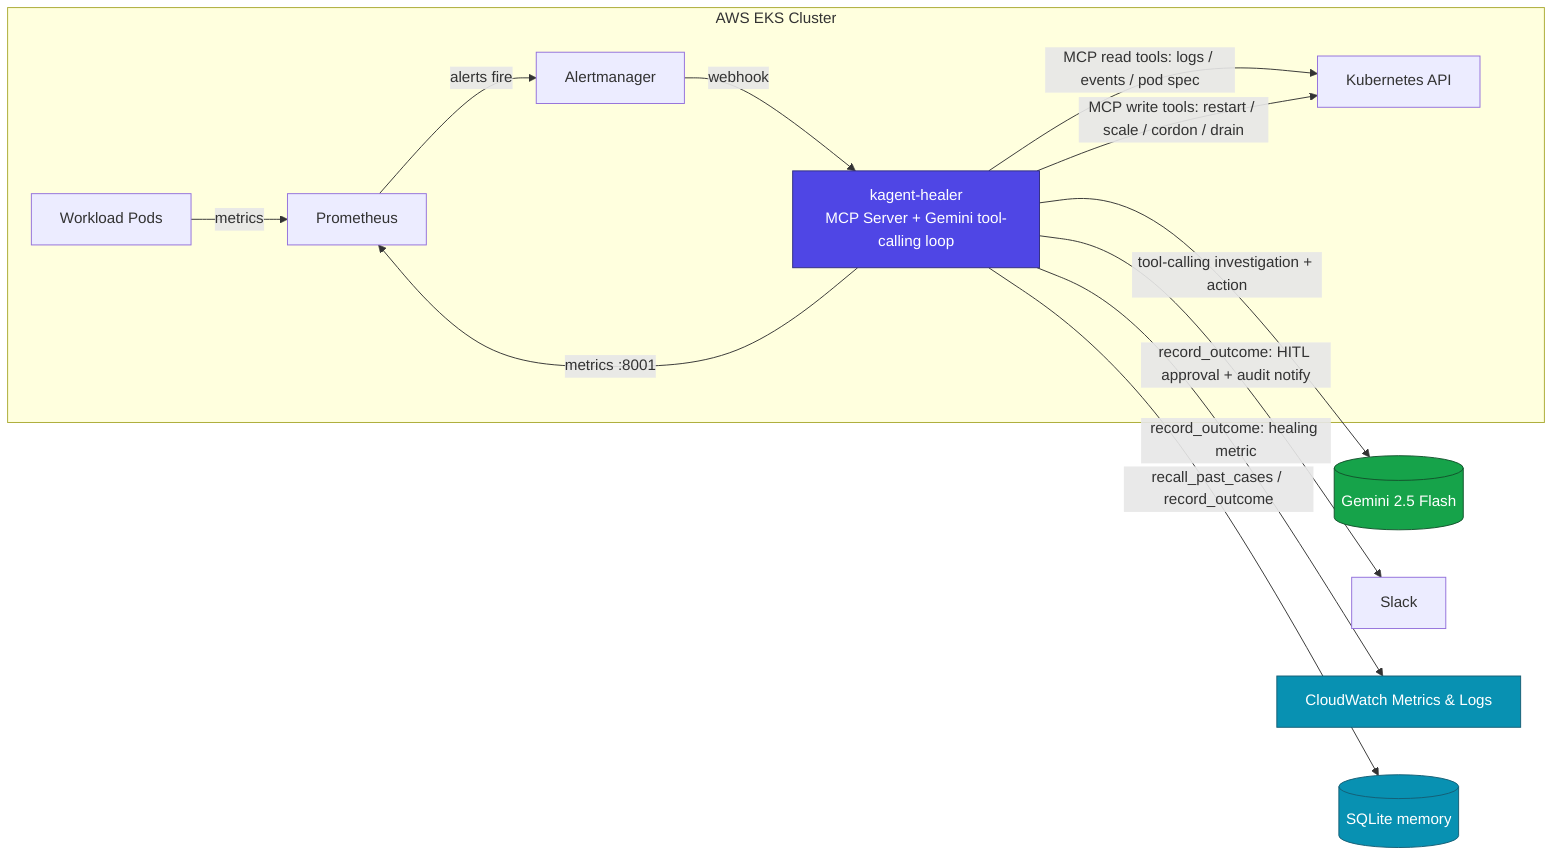
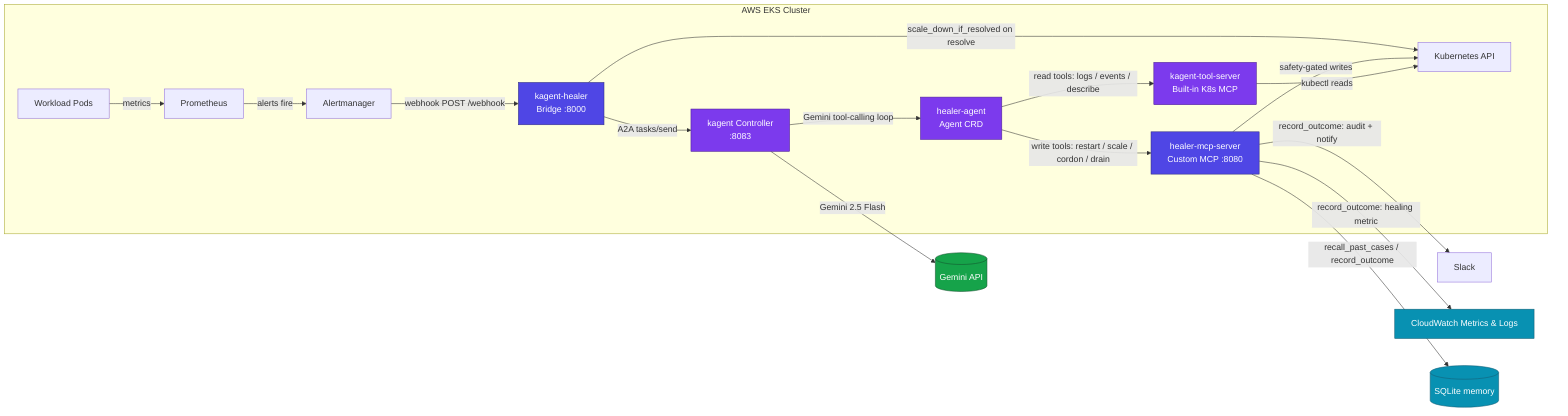
flowchart LR
    subgraph K8s["AWS EKS Cluster"]
        P[Workload Pods] -->|metrics| PR[Prometheus]
        PR -->|alerts fire| AM[Alertmanager]
-         AM -->|webhook| AG[kagent-healer\nMCP Server + Gemini tool-calling loop]
-         AG -->|MCP read tools: logs / events / pod spec| K8sAPI[Kubernetes API]
-         AG -->|MCP write tools: restart / scale / cordon / drain| K8sAPI
-         AG -->|metrics :8001| PR
+         AM -->|webhook POST /webhook| BR[kagent-healer\nBridge :8000]
+         BR -->|A2A tasks/send| KC[kagent Controller\n:8083]
+         KC -->|Gemini tool-calling loop| AG[healer-agent\nAgent CRD]
+         AG -->|read tools: logs / events / describe| KTS[kagent-tool-server\nBuilt-in K8s MCP]
+         AG -->|write tools: restart / scale / cordon / drain| HMS[healer-mcp-server\nCustom MCP :8080]
+         KTS -->|kubectl reads| K8sAPI[Kubernetes API]
+         HMS -->|safety-gated writes| K8sAPI
+         BR -->|scale_down_if_resolved on resolve| K8sAPI
    end

-     AG -->|tool-calling investigation + action| G[(Gemini 2.5 Flash)]
-     AG -->|record_outcome: HITL approval + audit notify| S[Slack]
-     AG -->|record_outcome: healing metric| CW[CloudWatch Metrics & Logs]
-     AG -->|recall_past_cases / record_outcome| MEM[(SQLite memory)]
+     KC -->|Gemini 2.5 Flash| G[(Gemini API)]
+     HMS -->|record_outcome: audit + notify| S[Slack]
+     HMS -->|record_outcome: healing metric| CW[CloudWatch Metrics & Logs]
+     HMS -->|recall_past_cases / record_outcome| MEM[(SQLite memory)]

-     classDef agent fill:#4f46e5,color:#fff,stroke:#312e81;
+     classDef kagent fill:#7c3aed,color:#fff,stroke:#4c1d95;
+     classDef healer fill:#4f46e5,color:#fff,stroke:#312e81;
    classDef ai fill:#16a34a,color:#fff,stroke:#14532d;
    classDef store fill:#0891b2,color:#fff,stroke:#155e75;
-     class AG agent
+     class KC,AG,KTS kagent
+     class BR,HMS healer
    class G ai
    class MEM,CW store
